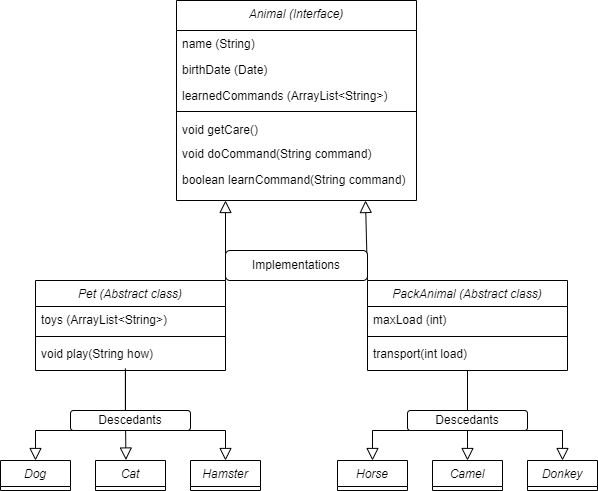
Maria-Lipina/Farm keeps this draw.io diagram as diagram part.png. Above is the earlier version. Source tidied: cells renumbered, new cells last; positions are measured from the earlier drawing's top-left corner, leaving out a move shared by most shapes. Source of this version:
```xml
<mxGraphModel>
  <root>
    <mxCell id="0" />
    <mxCell id="1" parent="0" />
    <mxCell id="2" value="Animal (Interface)" style="swimlane;fontStyle=2;align=center;verticalAlign=top;horizontal=1;startSize=30;rounded=0;shadow=0;strokeWidth=1;" parent="1" vertex="1">
      <mxGeometry x="176" width="240" height="200" as="geometry" />
    </mxCell>
    <mxCell id="3" value="name (String)" style="text;align=left;verticalAlign=top;spacingLeft=4;spacingRight=4;overflow=hidden;" parent="2" vertex="1">
      <mxGeometry y="30" width="240" height="26" as="geometry" />
    </mxCell>
    <mxCell id="4" value="birthDate (Date)" style="text;align=left;verticalAlign=top;spacingLeft=4;spacingRight=4;overflow=hidden;rounded=0;shadow=0;html=0;" parent="2" vertex="1">
      <mxGeometry y="56" width="240" height="26" as="geometry" />
    </mxCell>
    <mxCell id="5" value="learnedCommands (ArrayList&lt;String&gt;)" style="text;align=left;verticalAlign=top;spacingLeft=4;spacingRight=4;overflow=hidden;rounded=0;shadow=0;html=0;" parent="2" vertex="1">
      <mxGeometry y="82" width="240" height="24" as="geometry" />
    </mxCell>
    <mxCell id="6" style="line;html=1;strokeWidth=1;align=left;verticalAlign=middle;spacingTop=-1;spacingLeft=3;spacingRight=3;labelPosition=right;" parent="2" vertex="1">
      <mxGeometry y="106" width="240" height="10" as="geometry" />
    </mxCell>
    <mxCell id="7" value="void getCare()" style="text;align=left;verticalAlign=top;spacingLeft=4;spacingRight=4;overflow=hidden;rounded=0;shadow=0;html=0;" parent="2" vertex="1">
      <mxGeometry y="116" width="240" height="24" as="geometry" />
    </mxCell>
    <mxCell id="8" value="void doCommand(String command)" style="text;align=left;verticalAlign=top;spacingLeft=4;spacingRight=4;overflow=hidden;rounded=0;shadow=0;html=0;" parent="2" vertex="1">
      <mxGeometry y="140" width="240" height="26" as="geometry" />
    </mxCell>
    <mxCell id="9" value="boolean learnCommand(String command)" style="text;align=left;verticalAlign=top;spacingLeft=4;spacingRight=4;overflow=hidden;rounded=0;shadow=0;html=0;" parent="2" vertex="1">
      <mxGeometry y="166" width="240" height="26" as="geometry" />
    </mxCell>
    <mxCell id="10" value="Pet (Abstract class)" style="swimlane;fontStyle=2;align=center;verticalAlign=top;horizontal=1;startSize=26;rounded=0;shadow=0;strokeWidth=1;" parent="1" vertex="1">
      <mxGeometry x="35" y="280" width="190" height="90" as="geometry" />
    </mxCell>
    <mxCell id="11" value="toys (ArrayList&lt;String&gt;)" style="text;align=left;verticalAlign=top;spacingLeft=4;spacingRight=4;overflow=hidden;rounded=0;shadow=0;html=0;" parent="10" vertex="1">
      <mxGeometry y="26" width="190" height="26" as="geometry" />
    </mxCell>
    <mxCell id="12" style="line;html=1;strokeWidth=1;align=left;verticalAlign=middle;spacingTop=-1;spacingLeft=3;spacingRight=3;labelPosition=right;" parent="10" vertex="1">
      <mxGeometry y="52" width="190" height="8" as="geometry" />
    </mxCell>
    <mxCell id="13" value="void play(String how)" style="text;align=left;verticalAlign=top;spacingLeft=4;spacingRight=4;overflow=hidden;points=[[0,0.5],[1,0.5]];portConstraint=eastwest;fontStyle=0;" parent="10" vertex="1">
      <mxGeometry y="60" width="190" height="26" as="geometry" />
    </mxCell>
    <mxCell id="14" style="endArrow=block;endSize=10;endFill=0;shadow=0;strokeWidth=1;rounded=0;elbow=vertical;exitX=0;exitY=1;exitDx=0;exitDy=0;" parent="1" edge="1" source="34">
      <mxGeometry relative="1" as="geometry">
        <mxPoint x="225" y="200" as="targetPoint" />
      </mxGeometry>
    </mxCell>
    <mxCell id="15" value="PackAnimal (Abstract class)" style="swimlane;fontStyle=2;align=center;verticalAlign=top;horizontal=1;startSize=26;rounded=0;shadow=0;strokeWidth=1;" parent="1" vertex="1">
      <mxGeometry x="367" y="280" width="200" height="90" as="geometry" />
    </mxCell>
    <mxCell id="16" value="maxLoad (int)" style="text;align=left;verticalAlign=top;spacingLeft=4;spacingRight=4;overflow=hidden;" parent="15" vertex="1">
      <mxGeometry y="26" width="200" height="26" as="geometry" />
    </mxCell>
    <mxCell id="17" style="line;html=1;strokeWidth=1;align=left;verticalAlign=middle;spacingTop=-1;spacingLeft=3;spacingRight=3;labelPosition=right;" parent="15" vertex="1">
      <mxGeometry y="52" width="200" height="8" as="geometry" />
    </mxCell>
    <mxCell id="18" value="transport(int load)" style="text;align=left;verticalAlign=top;spacingLeft=4;spacingRight=4;overflow=hidden;fontStyle=0;" parent="15" vertex="1">
      <mxGeometry y="60" width="200" height="26" as="geometry" />
    </mxCell>
    <mxCell id="19" style="endArrow=block;endSize=10;endFill=0;shadow=0;strokeWidth=1;rounded=0;elbow=vertical;exitX=1;exitY=1;exitDx=0;exitDy=0;" parent="1" edge="1" source="34">
      <mxGeometry relative="1" as="geometry">
        <mxPoint x="365" y="200" as="targetPoint" />
      </mxGeometry>
    </mxCell>
    <mxCell id="20" style="endArrow=block;endSize=10;endFill=0;shadow=0;strokeWidth=1;rounded=0;edgeStyle=elbowEdgeStyle;elbow=vertical;entryX=0.5;entryY=0;entryDx=0;entryDy=0;exitX=0.473;exitY=1.075;exitDx=0;exitDy=0;exitPerimeter=0;" parent="1" edge="1" source="13" target="23">
      <mxGeometry relative="1" as="geometry">
        <Array as="points">
          <mxPoint x="55" y="430" />
          <mxPoint x="115" y="420" />
          <mxPoint x="115" y="400" />
          <mxPoint x="105" y="420" />
        </Array>
      </mxGeometry>
    </mxCell>
    <mxCell id="21" style="endArrow=block;endSize=10;endFill=0;shadow=0;strokeWidth=1;rounded=0;edgeStyle=elbowEdgeStyle;elbow=vertical;entryX=0.5;entryY=0;entryDx=0;entryDy=0;" parent="1" edge="1" target="28">
      <mxGeometry relative="1" as="geometry">
        <mxPoint x="125" y="370" as="sourcePoint" />
        <Array as="points">
          <mxPoint x="165" y="430" />
          <mxPoint x="205" y="430" />
          <mxPoint x="145" y="420" />
          <mxPoint x="175" y="400" />
          <mxPoint x="135" y="400" />
          <mxPoint x="125" y="400" />
          <mxPoint x="195" y="420" />
          <mxPoint x="85" y="420" />
          <mxPoint x="195" y="420" />
        </Array>
      </mxGeometry>
    </mxCell>
    <mxCell id="22" style="endArrow=block;endSize=10;endFill=0;shadow=0;strokeWidth=1;rounded=0;elbow=vertical;entryX=0.435;entryY=-0.016;entryDx=0;entryDy=0;entryPerimeter=0;" parent="1" edge="1" target="29">
      <mxGeometry relative="1" as="geometry">
        <mxPoint x="125" y="420" as="sourcePoint" />
      </mxGeometry>
    </mxCell>
    <mxCell id="23" value="Dog" style="swimlane;fontStyle=2;align=center;verticalAlign=top;horizontal=1;startSize=26;rounded=0;shadow=0;strokeWidth=1;" parent="1" vertex="1">
      <mxGeometry y="460" width="70" height="30" as="geometry" />
    </mxCell>
    <mxCell id="24" value="Descedants" style="rounded=1;whiteSpace=wrap;html=1;" parent="1" vertex="1">
      <mxGeometry x="70" y="410" width="120" height="20" as="geometry" />
    </mxCell>
    <mxCell id="25" style="endArrow=block;endSize=10;endFill=0;shadow=0;strokeWidth=1;rounded=0;edgeStyle=elbowEdgeStyle;elbow=vertical;exitX=0.5;exitY=1;exitDx=0;exitDy=0;" parent="1" edge="1">
      <mxGeometry relative="1" as="geometry">
        <mxPoint x="467" y="370" as="sourcePoint" />
        <mxPoint x="562" y="460" as="targetPoint" />
        <Array as="points">
          <mxPoint x="532" y="430" />
        </Array>
      </mxGeometry>
    </mxCell>
    <mxCell id="26" style="endArrow=block;endSize=10;endFill=0;shadow=0;strokeWidth=1;rounded=0;edgeStyle=elbowEdgeStyle;elbow=vertical;" parent="1" edge="1">
      <mxGeometry relative="1" as="geometry">
        <mxPoint x="467" y="410" as="sourcePoint" />
        <mxPoint x="372" y="460" as="targetPoint" />
        <Array as="points">
          <mxPoint x="442" y="430" />
        </Array>
      </mxGeometry>
    </mxCell>
    <mxCell id="27" style="endArrow=block;endSize=10;endFill=0;shadow=0;strokeWidth=1;rounded=0;elbow=vertical;entryX=0.5;entryY=0;entryDx=0;entryDy=0;exitX=0.5;exitY=1;exitDx=0;exitDy=0;" parent="1" edge="1" source="31" target="33">
      <mxGeometry relative="1" as="geometry" />
    </mxCell>
    <mxCell id="28" value="Hamster" style="swimlane;fontStyle=2;align=center;verticalAlign=top;horizontal=1;startSize=26;rounded=0;shadow=0;strokeWidth=1;" parent="1" vertex="1">
      <mxGeometry x="190" y="460" width="70" height="30" as="geometry" />
    </mxCell>
    <mxCell id="29" value="Cat" style="swimlane;fontStyle=2;align=center;verticalAlign=top;horizontal=1;startSize=26;rounded=0;shadow=0;strokeWidth=1;" parent="1" vertex="1">
      <mxGeometry x="95" y="460" width="70" height="30" as="geometry" />
    </mxCell>
    <mxCell id="30" value="Horse" style="swimlane;fontStyle=2;align=center;verticalAlign=top;horizontal=1;startSize=26;rounded=0;shadow=0;strokeWidth=1;" parent="1" vertex="1">
      <mxGeometry x="337" y="460" width="70" height="30" as="geometry" />
    </mxCell>
    <mxCell id="31" value="Descedants" style="rounded=1;whiteSpace=wrap;html=1;" parent="1" vertex="1">
      <mxGeometry x="407" y="410" width="120" height="20" as="geometry" />
    </mxCell>
    <mxCell id="32" value="Donkey" style="swimlane;fontStyle=2;align=center;verticalAlign=top;horizontal=1;startSize=26;rounded=0;shadow=0;strokeWidth=1;" parent="1" vertex="1">
      <mxGeometry x="527" y="460" width="70" height="30" as="geometry" />
    </mxCell>
    <mxCell id="33" value="Camel" style="swimlane;fontStyle=2;align=center;verticalAlign=top;horizontal=1;startSize=26;rounded=0;shadow=0;strokeWidth=1;" parent="1" vertex="1">
      <mxGeometry x="432" y="460" width="70" height="30" as="geometry" />
    </mxCell>
    <mxCell id="34" value="Implementations" style="rounded=1;whiteSpace=wrap;html=1;" parent="1" vertex="1">
      <mxGeometry x="225" y="250" width="142" height="30" as="geometry" />
    </mxCell>
  </root>
</mxGraphModel>
```
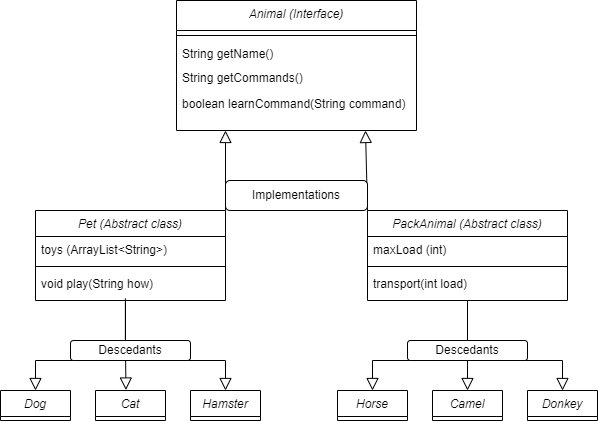
The same file after the commit.

Commit message:
изменила диаграмму, добавила readme и полный текст задания

Change to the diagram source:
```diff
@@ -3,28 +3,19 @@
     <mxCell id="0" />
     <mxCell id="1" parent="0" />
     <mxCell id="2" value="Animal (Interface)" style="swimlane;fontStyle=2;align=center;verticalAlign=top;horizontal=1;startSize=30;rounded=0;shadow=0;strokeWidth=1;" parent="1" vertex="1">
-      <mxGeometry x="176" width="240" height="200" as="geometry" />
+      <mxGeometry x="176" y="70" width="240" height="130" as="geometry" />
     </mxCell>
-    <mxCell id="3" value="name (String)" style="text;align=left;verticalAlign=top;spacingLeft=4;spacingRight=4;overflow=hidden;" parent="2" vertex="1">
-      <mxGeometry y="30" width="240" height="26" as="geometry" />
-    </mxCell>
-    <mxCell id="4" value="birthDate (Date)" style="text;align=left;verticalAlign=top;spacingLeft=4;spacingRight=4;overflow=hidden;rounded=0;shadow=0;html=0;" parent="2" vertex="1">
-      <mxGeometry y="56" width="240" height="26" as="geometry" />
-    </mxCell>
-    <mxCell id="5" value="learnedCommands (ArrayList&lt;String&gt;)" style="text;align=left;verticalAlign=top;spacingLeft=4;spacingRight=4;overflow=hidden;rounded=0;shadow=0;html=0;" parent="2" vertex="1">
-      <mxGeometry y="82" width="240" height="24" as="geometry" />
-    </mxCell>
     <mxCell id="6" style="line;html=1;strokeWidth=1;align=left;verticalAlign=middle;spacingTop=-1;spacingLeft=3;spacingRight=3;labelPosition=right;" parent="2" vertex="1">
-      <mxGeometry y="106" width="240" height="10" as="geometry" />
+      <mxGeometry y="30" width="240" height="10" as="geometry" />
     </mxCell>
-    <mxCell id="7" value="void getCare()" style="text;align=left;verticalAlign=top;spacingLeft=4;spacingRight=4;overflow=hidden;rounded=0;shadow=0;html=0;" parent="2" vertex="1">
-      <mxGeometry y="116" width="240" height="24" as="geometry" />
+    <mxCell id="7" value="String getName()" style="text;align=left;verticalAlign=top;spacingLeft=4;spacingRight=4;overflow=hidden;rounded=0;shadow=0;html=0;" parent="2" vertex="1">
+      <mxGeometry y="40" width="240" height="24" as="geometry" />
     </mxCell>
-    <mxCell id="8" value="void doCommand(String command)" style="text;align=left;verticalAlign=top;spacingLeft=4;spacingRight=4;overflow=hidden;rounded=0;shadow=0;html=0;" parent="2" vertex="1">
-      <mxGeometry y="140" width="240" height="26" as="geometry" />
+    <mxCell id="8" value="String getCommands()" style="text;align=left;verticalAlign=top;spacingLeft=4;spacingRight=4;overflow=hidden;rounded=0;shadow=0;html=0;" parent="2" vertex="1">
+      <mxGeometry y="64" width="240" height="26" as="geometry" />
     </mxCell>
     <mxCell id="9" value="boolean learnCommand(String command)" style="text;align=left;verticalAlign=top;spacingLeft=4;spacingRight=4;overflow=hidden;rounded=0;shadow=0;html=0;" parent="2" vertex="1">
-      <mxGeometry y="166" width="240" height="26" as="geometry" />
+      <mxGeometry y="90" width="240" height="26" as="geometry" />
     </mxCell>
     <mxCell id="10" value="Pet (Abstract class)" style="swimlane;fontStyle=2;align=center;verticalAlign=top;horizontal=1;startSize=26;rounded=0;shadow=0;strokeWidth=1;" parent="1" vertex="1">
       <mxGeometry x="35" y="280" width="190" height="90" as="geometry" />
```
